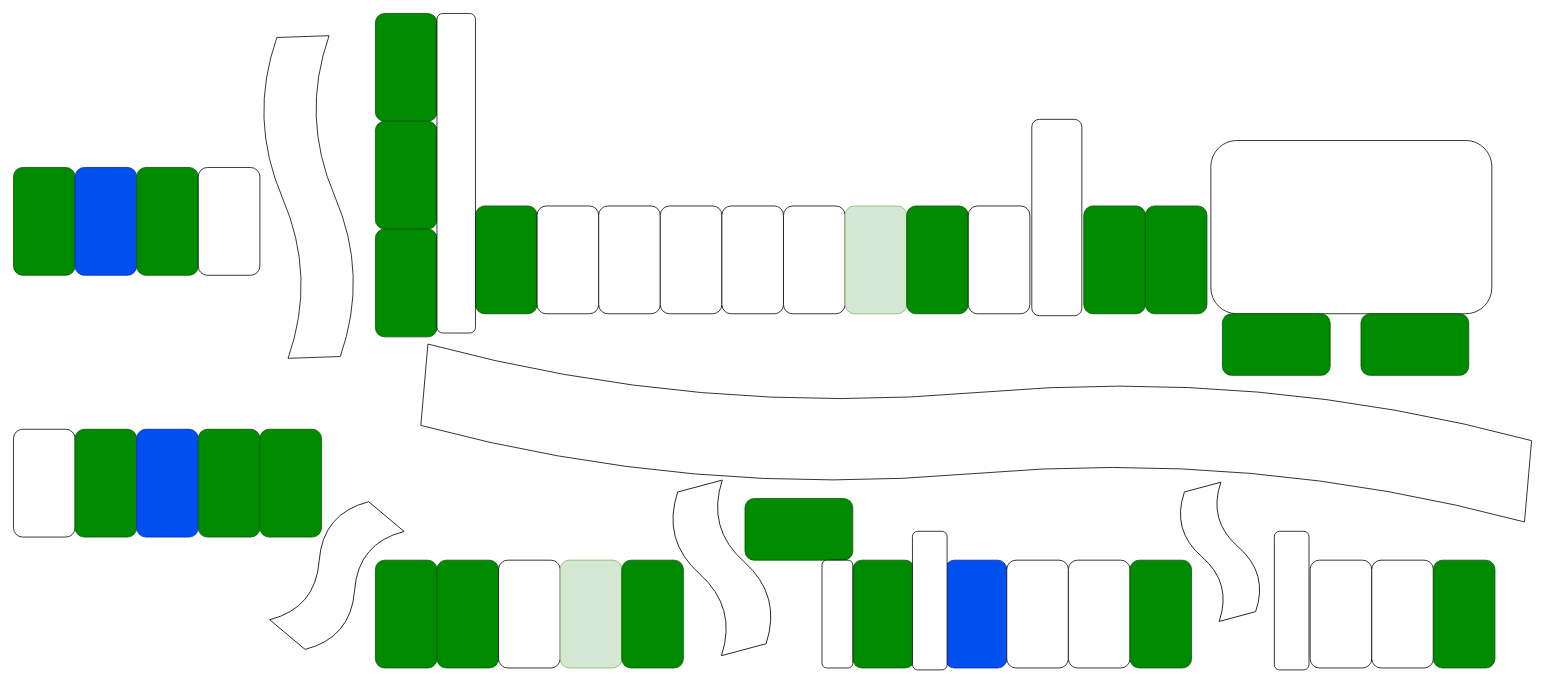
liulangrenaaa/drawio keeps this draw.io diagram as 车位.drawio. Above is the earlier version. Source tidied: cells renumbered, new cells numbered last; positions are measured from the earlier drawing's top-left corner, leaving out a move shared by most shapes. Both pictures are drawn from the tidied source at 77%, with x=0, y=0 at pixel (-10, 36).
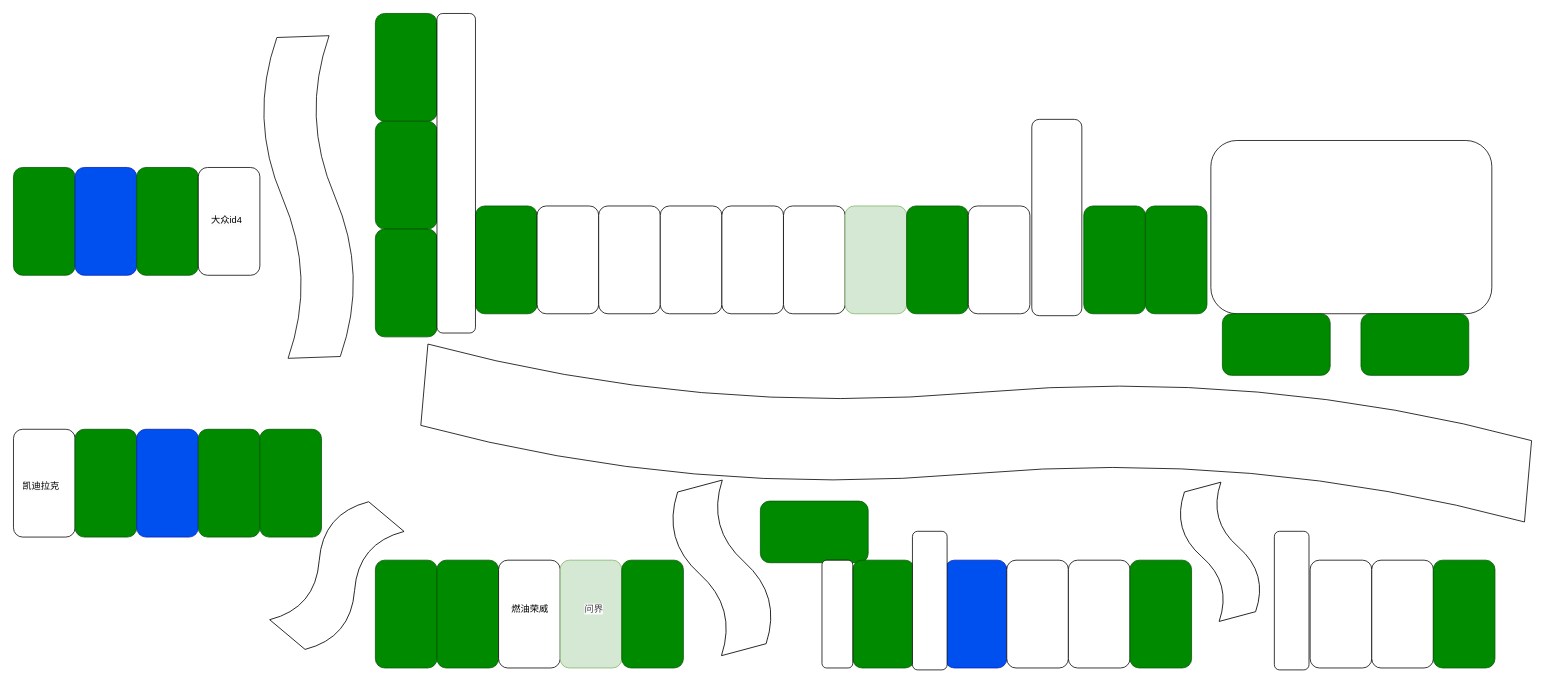
The same diagram, later.

Change to the diagram source:
```diff
@@
     <mxCell id="25" style="rounded=1;whiteSpace=wrap;html=1;rotation=0;fillColor=#008a00;fontColor=#ffffff;strokeColor=#005700;" parent="1" vertex="1">
-      <mxGeometry x="980" y="600" width="140" height="80" as="geometry" />
+      <mxGeometry x="1000" y="603.3" width="140" height="80" as="geometry" />
     </mxCell>
@@
+    <mxCell id="52" value="&lt;span style=&quot;color: rgb(0, 0, 0); font-family: Helvetica; font-size: 12px; font-style: normal; font-variant-ligatures: normal; font-variant-caps: normal; font-weight: 400; letter-spacing: normal; orphans: 2; text-align: center; text-indent: 0px; text-transform: none; widows: 2; word-spacing: 0px; -webkit-text-stroke-width: 0px; white-space: normal; background-color: rgb(251, 251, 251); text-decoration-thickness: initial; text-decoration-style: initial; text-decoration-color: initial; display: inline !important; float: none;&quot;&gt;凯迪拉克&lt;/span&gt;" style="text;whiteSpace=wrap;html=1;" parent="1" vertex="1">
+      <mxGeometry x="40" y="570" width="50" height="20" as="geometry" />
+    </mxCell>
+    <mxCell id="53" value="&lt;span style=&quot;color: rgb(0, 0, 0); font-family: Helvetica; font-size: 12px; font-style: normal; font-variant-ligatures: normal; font-variant-caps: normal; font-weight: 400; letter-spacing: normal; orphans: 2; text-align: center; text-indent: 0px; text-transform: none; widows: 2; word-spacing: 0px; -webkit-text-stroke-width: 0px; white-space: normal; background-color: rgb(251, 251, 251); text-decoration-thickness: initial; text-decoration-style: initial; text-decoration-color: initial; float: none; display: inline !important;&quot;&gt;大众id4&lt;/span&gt;" style="text;whiteSpace=wrap;html=1;" parent="1" vertex="1">
+      <mxGeometry x="285" y="225" width="50" height="20" as="geometry" />
+    </mxCell>
+    <mxCell id="54" value="&lt;div style=&quot;text-align: center;&quot;&gt;&lt;span style=&quot;background-color: transparent;&quot;&gt;燃油荣威&lt;/span&gt;&lt;/div&gt;" style="text;whiteSpace=wrap;html=1;" parent="1" vertex="1">
+      <mxGeometry x="675" y="730" width="50" height="20" as="geometry" />
+    </mxCell>
+    <mxCell id="55" value="&lt;span style=&quot;color: rgb(63, 63, 63); font-family: Helvetica; font-size: 12px; font-style: normal; font-variant-ligatures: normal; font-variant-caps: normal; font-weight: 400; letter-spacing: normal; orphans: 2; text-align: center; text-indent: 0px; text-transform: none; widows: 2; word-spacing: 0px; -webkit-text-stroke-width: 0px; white-space: normal; background-color: rgb(251, 251, 251); text-decoration-thickness: initial; text-decoration-style: initial; text-decoration-color: initial; float: none; display: inline !important;&quot;&gt;问界&lt;/span&gt;" style="text;whiteSpace=wrap;html=1;" parent="1" vertex="1">
+      <mxGeometry x="770" y="730" width="80" height="40" as="geometry" />
+    </mxCell>
```
